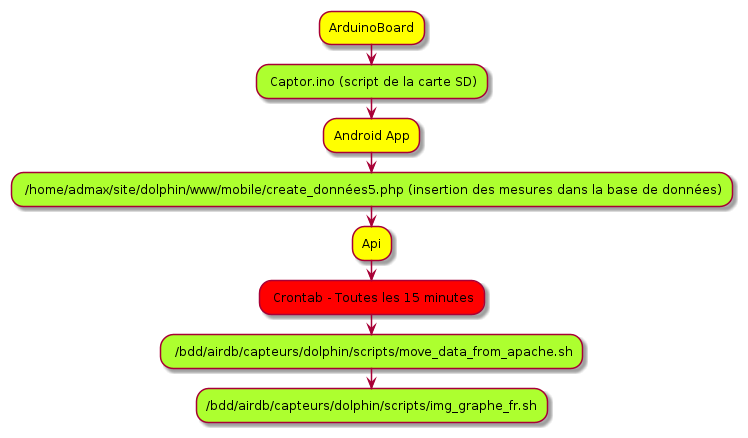
Above: cheminement des fichiers.png in nreiminger/sensorsDataTransfer (PlantUML), before the change.
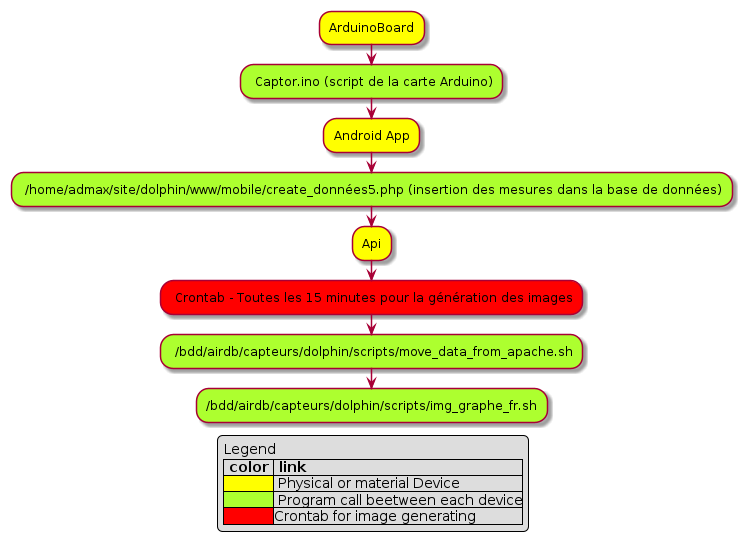
Later version of the same file.

Commit message:
nouveau code + mise a jour des diagrams

What changed in the source:
```diff
@@ -1,10 +1,18 @@
 @startuml cheminement des fichiers
+legend
+Legend
+|= color |= link|
+| <#Yellow> | Physical or material Device|
+|<#GreenYellow> | Program call beetween each device|
+|<#red> |Crontab for image generating|
+endlegend
+
 #Yellow:ArduinoBoard;
-#GreenYellow: Captor.ino (script de la carte SD);
+#GreenYellow: Captor.ino (script de la carte Arduino);
 #Yellow:Android App;
 #GreenYellow: /home/admax/site/dolphin/www/mobile/create_données5.php (insertion des mesures dans la base de données);
 #Yellow:Api;
-#Red: Crontab - Toutes les 15 minutes;
+#Red: Crontab - Toutes les 15 minutes pour la génération des images;
 #GreenYellow: /bdd/airdb/capteurs/dolphin/scripts/move_data_from_apache.sh;
 #GreenYellow:/bdd/airdb/capteurs/dolphin/scripts/img_graphe_fr.sh;
 @enduml
```
